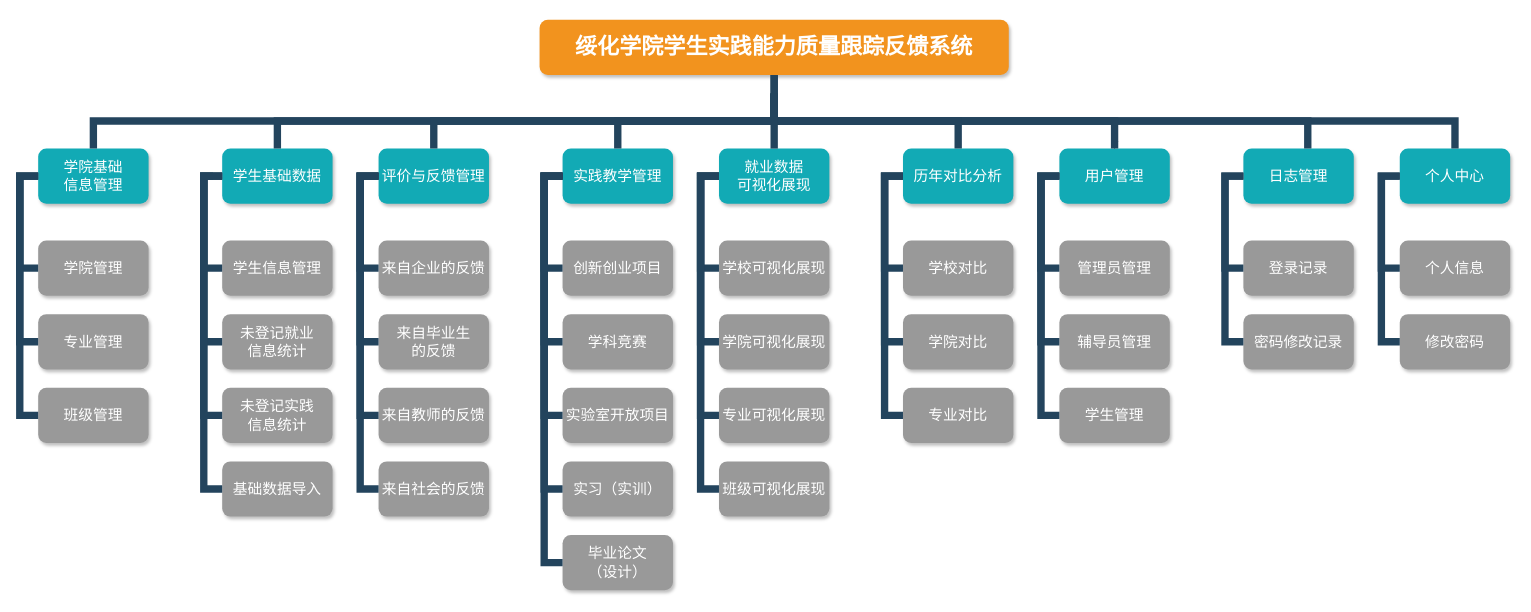
Earlier version of the draw.io diagram Untitled Diagram.drawio (leohlgctzby/git_test1). Source tidied: cells renumbered, new cells numbered last; positions are measured from the earlier drawing's top-left corner, leaving out a move shared by most shapes. Both pictures are drawn from the tidied source at 92%, with x=0, y=0 at pixel (19, 19).
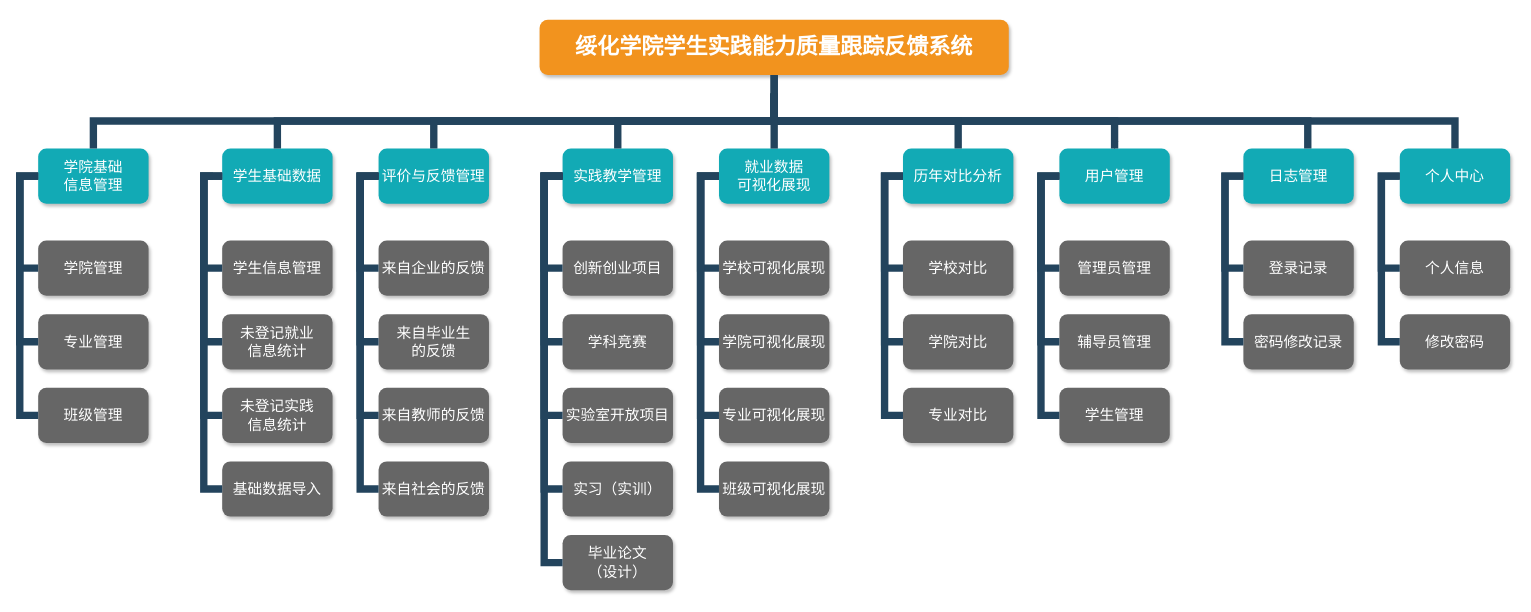
After the change.

Change to the diagram source:
```diff
@@
-    <mxCell id="5" value="学院管理" style="whiteSpace=wrap;rounded=1;fillColor=#999999;strokeColor=none;shadow=1;fontColor=#FFFFFF;fontStyle=0;fontSize=16;" parent="1" vertex="1">
+    <mxCell id="5" value="学院管理" style="whiteSpace=wrap;rounded=1;strokeColor=none;shadow=1;fontColor=#FFFFFF;fontStyle=0;fontSize=16;fillColor=#666666;" parent="1" vertex="1">
       <mxGeometry x="20" y="240" width="120" height="60" as="geometry" />
     </mxCell>
-    <mxCell id="6" value="专业管理" style="whiteSpace=wrap;rounded=1;fillColor=#999999;strokeColor=none;shadow=1;fontColor=#FFFFFF;fontStyle=0;fontSize=16;" parent="1" vertex="1">
+    <mxCell id="6" value="专业管理" style="whiteSpace=wrap;rounded=1;strokeColor=none;shadow=1;fontColor=#FFFFFF;fontStyle=0;fontSize=16;fillColor=#666666;" parent="1" vertex="1">
       <mxGeometry x="20" y="320" width="120" height="60" as="geometry" />
     </mxCell>
-    <mxCell id="7" value="班级管理" style="whiteSpace=wrap;rounded=1;fillColor=#999999;strokeColor=none;shadow=1;fontColor=#FFFFFF;fontStyle=0;fontSize=16;" parent="1" vertex="1">
+    <mxCell id="7" value="班级管理" style="whiteSpace=wrap;rounded=1;strokeColor=none;shadow=1;fontColor=#FFFFFF;fontStyle=0;fontSize=16;fillColor=#666666;" parent="1" vertex="1">
       <mxGeometry x="20" y="400" width="120" height="60" as="geometry" />
     </mxCell>
-    <mxCell id="8" value="学生信息管理" style="whiteSpace=wrap;rounded=1;fillColor=#999999;strokeColor=none;shadow=1;fontColor=#FFFFFF;fontStyle=0;fontSize=16;" parent="1" vertex="1">
+    <mxCell id="8" value="学生信息管理" style="whiteSpace=wrap;rounded=1;strokeColor=none;shadow=1;fontColor=#FFFFFF;fontStyle=0;fontSize=16;fillColor=#666666;" parent="1" vertex="1">
       <mxGeometry x="220" y="240" width="120" height="60" as="geometry" />
     </mxCell>
-    <mxCell id="9" value="未登记就业&#10;信息统计" style="whiteSpace=wrap;rounded=1;fillColor=#999999;strokeColor=none;shadow=1;fontColor=#FFFFFF;fontStyle=0;fontSize=16;" parent="1" vertex="1">
+    <mxCell id="9" value="未登记就业&#10;信息统计" style="whiteSpace=wrap;rounded=1;strokeColor=none;shadow=1;fontColor=#FFFFFF;fontStyle=0;fontSize=16;fillColor=#666666;" parent="1" vertex="1">
       <mxGeometry x="220" y="320" width="120" height="60" as="geometry" />
     </mxCell>
-    <mxCell id="10" value="未登记实践&#10;信息统计" style="whiteSpace=wrap;rounded=1;fillColor=#999999;strokeColor=none;shadow=1;fontColor=#FFFFFF;fontStyle=0;fontSize=16;" parent="1" vertex="1">
+    <mxCell id="10" value="未登记实践&#10;信息统计" style="whiteSpace=wrap;rounded=1;strokeColor=none;shadow=1;fontColor=#FFFFFF;fontStyle=0;fontSize=16;fillColor=#666666;" parent="1" vertex="1">
       <mxGeometry x="220" y="400" width="120" height="60" as="geometry" />
     </mxCell>
-    <mxCell id="11" value="基础数据导入" style="whiteSpace=wrap;rounded=1;fillColor=#999999;strokeColor=none;shadow=1;fontColor=#FFFFFF;fontStyle=0;fontSize=16;" parent="1" vertex="1">
+    <mxCell id="11" value="基础数据导入" style="whiteSpace=wrap;rounded=1;strokeColor=none;shadow=1;fontColor=#FFFFFF;fontStyle=0;fontSize=16;fillColor=#666666;" parent="1" vertex="1">
       <mxGeometry x="220" y="480" width="120" height="60" as="geometry" />
     </mxCell>
@@
-    <mxCell id="14" value="来自企业的反馈" style="whiteSpace=wrap;rounded=1;fillColor=#999999;strokeColor=none;shadow=1;fontColor=#FFFFFF;fontStyle=0;fontSize=16;" parent="1" vertex="1">
+    <mxCell id="14" value="来自企业的反馈" style="whiteSpace=wrap;rounded=1;strokeColor=none;shadow=1;fontColor=#FFFFFF;fontStyle=0;fontSize=16;fillColor=#666666;" parent="1" vertex="1">
       <mxGeometry x="390" y="240" width="120" height="60" as="geometry" />
     </mxCell>
-    <mxCell id="15" value="来自毕业生&#10;的反馈" style="whiteSpace=wrap;rounded=1;fillColor=#999999;strokeColor=none;shadow=1;fontColor=#FFFFFF;fontStyle=0;fontSize=16;" parent="1" vertex="1">
+    <mxCell id="15" value="来自毕业生&#10;的反馈" style="whiteSpace=wrap;rounded=1;strokeColor=none;shadow=1;fontColor=#FFFFFF;fontStyle=0;fontSize=16;fillColor=#666666;" parent="1" vertex="1">
       <mxGeometry x="390" y="320" width="120" height="60" as="geometry" />
     </mxCell>
-    <mxCell id="16" value="来自教师的反馈" style="whiteSpace=wrap;rounded=1;fillColor=#999999;strokeColor=none;shadow=1;fontColor=#FFFFFF;fontStyle=0;fontSize=16;" parent="1" vertex="1">
+    <mxCell id="16" value="来自教师的反馈" style="whiteSpace=wrap;rounded=1;strokeColor=none;shadow=1;fontColor=#FFFFFF;fontStyle=0;fontSize=16;fillColor=#666666;" parent="1" vertex="1">
       <mxGeometry x="390" y="400" width="120" height="60" as="geometry" />
     </mxCell>
-    <mxCell id="17" value="来自社会的反馈" style="whiteSpace=wrap;rounded=1;fillColor=#999999;strokeColor=none;shadow=1;fontColor=#FFFFFF;fontStyle=0;fontSize=16;" parent="1" vertex="1">
+    <mxCell id="17" value="来自社会的反馈" style="whiteSpace=wrap;rounded=1;strokeColor=none;shadow=1;fontColor=#FFFFFF;fontStyle=0;fontSize=16;fillColor=#666666;" parent="1" vertex="1">
       <mxGeometry x="390" y="480" width="120" height="60" as="geometry" />
     </mxCell>
-    <mxCell id="18" value="创新创业项目" style="whiteSpace=wrap;rounded=1;fillColor=#999999;strokeColor=none;shadow=1;fontColor=#FFFFFF;fontStyle=0;fontSize=16;" parent="1" vertex="1">
+    <mxCell id="18" value="创新创业项目" style="whiteSpace=wrap;rounded=1;strokeColor=none;shadow=1;fontColor=#FFFFFF;fontStyle=0;fontSize=16;fillColor=#666666;" parent="1" vertex="1">
       <mxGeometry x="590" y="240" width="120" height="60" as="geometry" />
     </mxCell>
-    <mxCell id="19" value="学科竞赛" style="whiteSpace=wrap;rounded=1;fillColor=#999999;strokeColor=none;shadow=1;fontColor=#FFFFFF;fontStyle=0;fontSize=16;" parent="1" vertex="1">
+    <mxCell id="19" value="学科竞赛" style="whiteSpace=wrap;rounded=1;strokeColor=none;shadow=1;fontColor=#FFFFFF;fontStyle=0;fontSize=16;fillColor=#666666;" parent="1" vertex="1">
       <mxGeometry x="590" y="320" width="120" height="60" as="geometry" />
     </mxCell>
-    <mxCell id="20" value="实验室开放项目" style="whiteSpace=wrap;rounded=1;fillColor=#999999;strokeColor=none;shadow=1;fontColor=#FFFFFF;fontStyle=0;fontSize=16;" parent="1" vertex="1">
+    <mxCell id="20" value="实验室开放项目" style="whiteSpace=wrap;rounded=1;strokeColor=none;shadow=1;fontColor=#FFFFFF;fontStyle=0;fontSize=16;fillColor=#666666;" parent="1" vertex="1">
       <mxGeometry x="590" y="400" width="120" height="60" as="geometry" />
     </mxCell>
-    <mxCell id="21" value="实习（实训）" style="whiteSpace=wrap;rounded=1;fillColor=#999999;strokeColor=none;shadow=1;fontColor=#FFFFFF;fontStyle=0;fontSize=16;" parent="1" vertex="1">
+    <mxCell id="21" value="实习（实训）" style="whiteSpace=wrap;rounded=1;strokeColor=none;shadow=1;fontColor=#FFFFFF;fontStyle=0;fontSize=16;fillColor=#666666;" parent="1" vertex="1">
       <mxGeometry x="590" y="480" width="120" height="60" as="geometry" />
     </mxCell>
-    <mxCell id="22" value="毕业论文&#10;（设计）" style="whiteSpace=wrap;rounded=1;fillColor=#999999;strokeColor=none;shadow=1;fontColor=#FFFFFF;fontStyle=0;fontSize=16;" parent="1" vertex="1">
+    <mxCell id="22" value="毕业论文&#10;（设计）" style="whiteSpace=wrap;rounded=1;strokeColor=none;shadow=1;fontColor=#FFFFFF;fontStyle=0;fontSize=16;fillColor=#666666;" parent="1" vertex="1">
       <mxGeometry x="590" y="560" width="120" height="60" as="geometry" />
     </mxCell>
@@
-    <mxCell id="41" value="学校可视化展现" style="whiteSpace=wrap;rounded=1;fillColor=#999999;strokeColor=none;shadow=1;fontColor=#FFFFFF;fontStyle=0;fontSize=16;" parent="1" vertex="1">
+    <mxCell id="41" value="学校可视化展现" style="whiteSpace=wrap;rounded=1;strokeColor=none;shadow=1;fontColor=#FFFFFF;fontStyle=0;fontSize=16;fillColor=#666666;" parent="1" vertex="1">
       <mxGeometry x="760" y="240" width="120" height="60" as="geometry" />
     </mxCell>
-    <mxCell id="42" value="学院可视化展现" style="whiteSpace=wrap;rounded=1;fillColor=#999999;strokeColor=none;shadow=1;fontColor=#FFFFFF;fontStyle=0;fontSize=16;" parent="1" vertex="1">
+    <mxCell id="42" value="学院可视化展现" style="whiteSpace=wrap;rounded=1;strokeColor=none;shadow=1;fontColor=#FFFFFF;fontStyle=0;fontSize=16;fillColor=#666666;" parent="1" vertex="1">
       <mxGeometry x="760" y="320" width="120" height="60" as="geometry" />
     </mxCell>
-    <mxCell id="43" value="专业可视化展现" style="whiteSpace=wrap;rounded=1;fillColor=#999999;strokeColor=none;shadow=1;fontColor=#FFFFFF;fontStyle=0;fontSize=16;" parent="1" vertex="1">
+    <mxCell id="43" value="专业可视化展现" style="whiteSpace=wrap;rounded=1;strokeColor=none;shadow=1;fontColor=#FFFFFF;fontStyle=0;fontSize=16;fillColor=#666666;" parent="1" vertex="1">
       <mxGeometry x="760" y="400" width="120" height="60" as="geometry" />
     </mxCell>
-    <mxCell id="44" value="班级可视化展现" style="whiteSpace=wrap;rounded=1;fillColor=#999999;strokeColor=none;shadow=1;fontColor=#FFFFFF;fontStyle=0;fontSize=16;" parent="1" vertex="1">
+    <mxCell id="44" value="班级可视化展现" style="whiteSpace=wrap;rounded=1;strokeColor=none;shadow=1;fontColor=#FFFFFF;fontStyle=0;fontSize=16;fillColor=#666666;" parent="1" vertex="1">
       <mxGeometry x="760" y="480" width="120" height="60" as="geometry" />
     </mxCell>
-    <mxCell id="45" value="学校对比" style="whiteSpace=wrap;rounded=1;fillColor=#999999;strokeColor=none;shadow=1;fontColor=#FFFFFF;fontStyle=0;fontSize=16;" parent="1" vertex="1">
+    <mxCell id="45" value="学校对比" style="whiteSpace=wrap;rounded=1;strokeColor=none;shadow=1;fontColor=#FFFFFF;fontStyle=0;fontSize=16;fillColor=#666666;" parent="1" vertex="1">
       <mxGeometry x="960" y="240" width="120" height="60" as="geometry" />
     </mxCell>
-    <mxCell id="46" value="学院对比" style="whiteSpace=wrap;rounded=1;fillColor=#999999;strokeColor=none;shadow=1;fontColor=#FFFFFF;fontStyle=0;fontSize=16;" parent="1" vertex="1">
+    <mxCell id="46" value="学院对比" style="whiteSpace=wrap;rounded=1;strokeColor=none;shadow=1;fontColor=#FFFFFF;fontStyle=0;fontSize=16;fillColor=#666666;" parent="1" vertex="1">
       <mxGeometry x="960" y="320" width="120" height="60" as="geometry" />
     </mxCell>
-    <mxCell id="47" value="专业对比" style="whiteSpace=wrap;rounded=1;fillColor=#999999;strokeColor=none;shadow=1;fontColor=#FFFFFF;fontStyle=0;fontSize=16;" parent="1" vertex="1">
+    <mxCell id="47" value="专业对比" style="whiteSpace=wrap;rounded=1;strokeColor=none;shadow=1;fontColor=#FFFFFF;fontStyle=0;fontSize=16;fillColor=#666666;" parent="1" vertex="1">
       <mxGeometry x="960" y="400" width="120" height="60" as="geometry" />
     </mxCell>
@@
-    <mxCell id="58" value="管理员管理" style="whiteSpace=wrap;rounded=1;fillColor=#999999;strokeColor=none;shadow=1;fontColor=#FFFFFF;fontStyle=0;fontSize=16;" parent="1" vertex="1">
+    <mxCell id="58" value="管理员管理" style="whiteSpace=wrap;rounded=1;strokeColor=none;shadow=1;fontColor=#FFFFFF;fontStyle=0;fontSize=16;fillColor=#666666;" parent="1" vertex="1">
       <mxGeometry x="1130" y="240" width="120" height="60" as="geometry" />
     </mxCell>
-    <mxCell id="59" value="辅导员管理" style="whiteSpace=wrap;rounded=1;fillColor=#999999;strokeColor=none;shadow=1;fontColor=#FFFFFF;fontStyle=0;fontSize=16;" parent="1" vertex="1">
+    <mxCell id="59" value="辅导员管理" style="whiteSpace=wrap;rounded=1;strokeColor=none;shadow=1;fontColor=#FFFFFF;fontStyle=0;fontSize=16;fillColor=#666666;" parent="1" vertex="1">
       <mxGeometry x="1130" y="320" width="120" height="60" as="geometry" />
     </mxCell>
-    <mxCell id="60" value="学生管理" style="whiteSpace=wrap;rounded=1;fillColor=#999999;strokeColor=none;shadow=1;fontColor=#FFFFFF;fontStyle=0;fontSize=16;" parent="1" vertex="1">
+    <mxCell id="60" value="学生管理" style="whiteSpace=wrap;rounded=1;strokeColor=none;shadow=1;fontColor=#FFFFFF;fontStyle=0;fontSize=16;fillColor=#666666;" parent="1" vertex="1">
       <mxGeometry x="1130" y="400" width="120" height="60" as="geometry" />
     </mxCell>
-    <mxCell id="61" value="登录记录" style="whiteSpace=wrap;rounded=1;fillColor=#999999;strokeColor=none;shadow=1;fontColor=#FFFFFF;fontStyle=0;fontSize=16;" parent="1" vertex="1">
+    <mxCell id="61" value="登录记录" style="whiteSpace=wrap;rounded=1;strokeColor=none;shadow=1;fontColor=#FFFFFF;fontStyle=0;fontSize=16;fillColor=#666666;" parent="1" vertex="1">
       <mxGeometry x="1330" y="240" width="120" height="60" as="geometry" />
     </mxCell>
-    <mxCell id="62" value="密码修改记录" style="whiteSpace=wrap;rounded=1;fillColor=#999999;strokeColor=none;shadow=1;fontColor=#FFFFFF;fontStyle=0;fontSize=16;" parent="1" vertex="1">
+    <mxCell id="62" value="密码修改记录" style="whiteSpace=wrap;rounded=1;strokeColor=none;shadow=1;fontColor=#FFFFFF;fontStyle=0;fontSize=16;fillColor=#666666;" parent="1" vertex="1">
       <mxGeometry x="1330" y="320" width="120" height="60" as="geometry" />
     </mxCell>
@@
-    <mxCell id="69" value="个人信息" style="whiteSpace=wrap;rounded=1;fillColor=#999999;strokeColor=none;shadow=1;fontColor=#FFFFFF;fontStyle=0;fontSize=16;" parent="1" vertex="1">
+    <mxCell id="69" value="个人信息" style="whiteSpace=wrap;rounded=1;strokeColor=none;shadow=1;fontColor=#FFFFFF;fontStyle=0;fontSize=16;fillColor=#666666;" parent="1" vertex="1">
       <mxGeometry x="1500" y="240" width="120" height="60" as="geometry" />
     </mxCell>
-    <mxCell id="70" value="修改密码" style="whiteSpace=wrap;rounded=1;fillColor=#999999;strokeColor=none;shadow=1;fontColor=#FFFFFF;fontStyle=0;fontSize=16;" parent="1" vertex="1">
+    <mxCell id="70" value="修改密码" style="whiteSpace=wrap;rounded=1;strokeColor=none;shadow=1;fontColor=#FFFFFF;fontStyle=0;fontSize=16;fillColor=#666666;" parent="1" vertex="1">
       <mxGeometry x="1500" y="320" width="120" height="60" as="geometry" />
     </mxCell>
```
